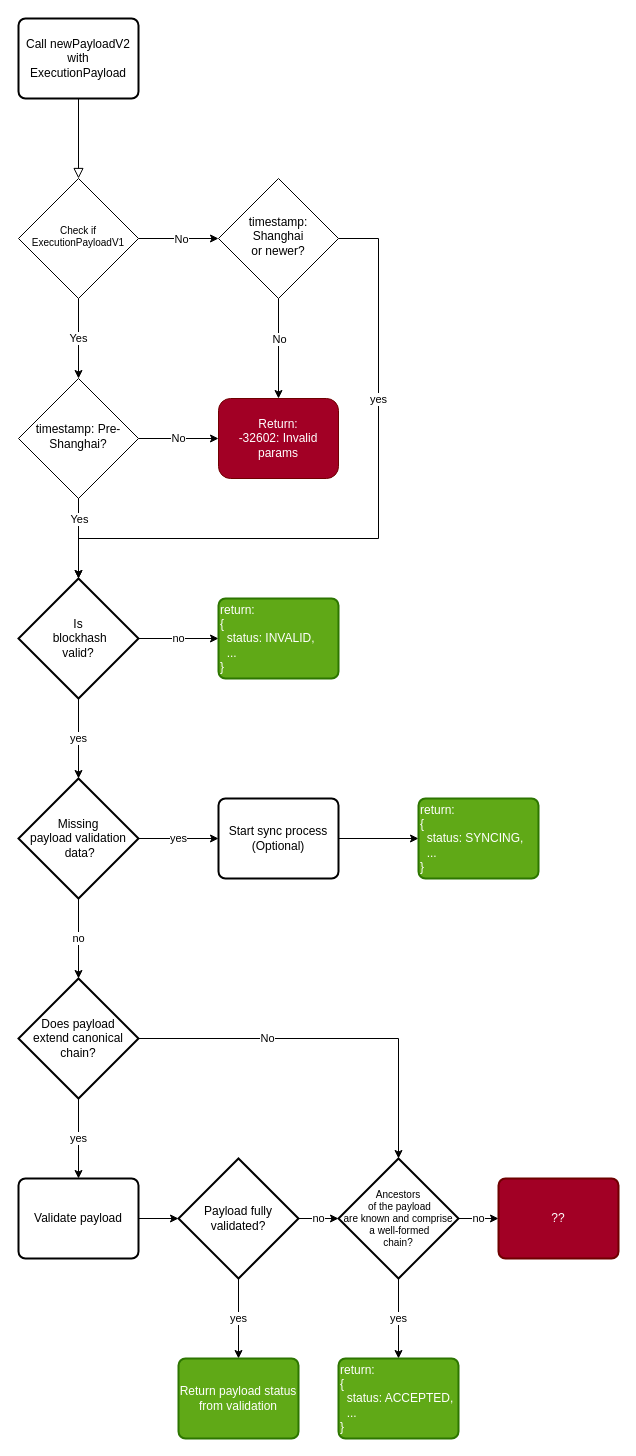
danielrachi1/diagrams keeps this draw.io diagram as backup/engine-api/newPayloadV2.drawio. Above is the earlier version. Source tidied: cells renumbered, new cells numbered last; positions are measured from the earlier drawing's top-left corner, leaving out a move shared by most shapes. Both pictures are drawn from the tidied source at 100%, with x=0, y=0 at pixel (18, 18).
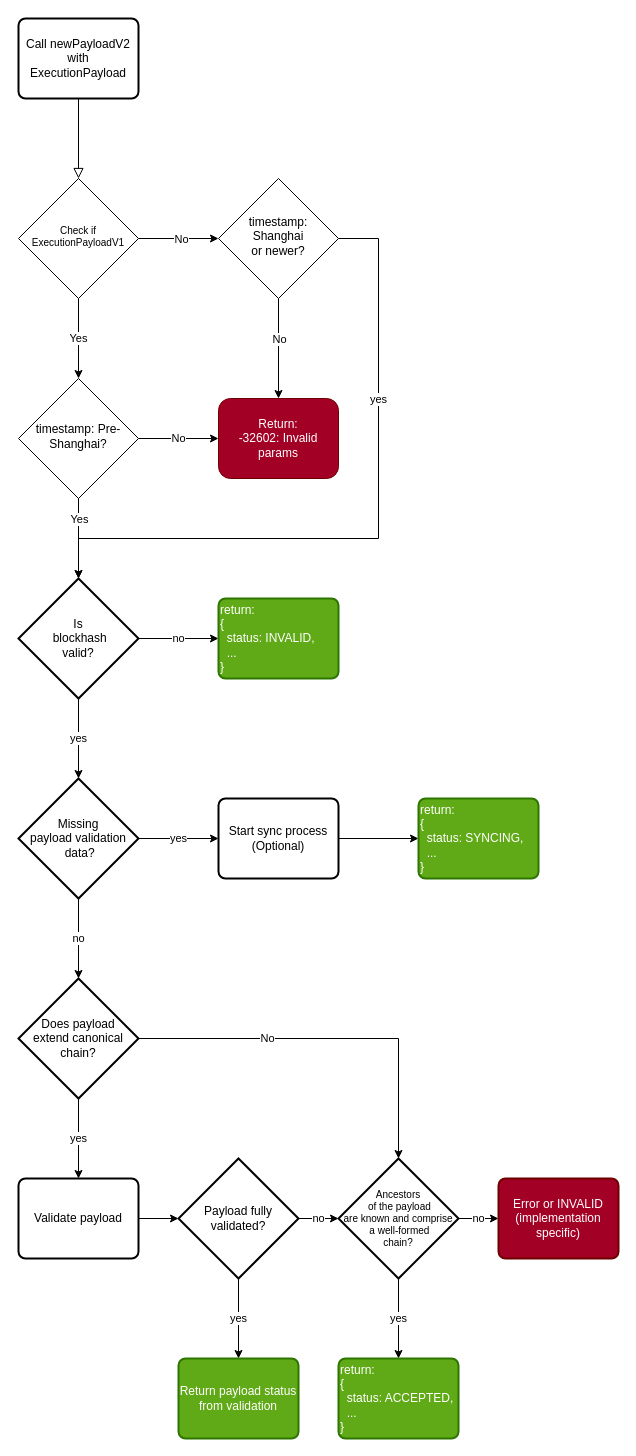
The same diagram, later.

Commit message:
Add last block based on Sproul suggestion

What changed in the source:
```diff
@@
-    <mxCell id="39" value="??" style="rounded=1;whiteSpace=wrap;html=1;absoluteArcSize=1;arcSize=14;strokeWidth=2;fillColor=#a20025;fontColor=#ffffff;strokeColor=#6F0000;" parent="1" vertex="1">
+    <mxCell id="39" value="Error or INVALID&lt;br&gt;(implementation specific)" style="rounded=1;whiteSpace=wrap;html=1;absoluteArcSize=1;arcSize=14;strokeWidth=2;fillColor=#a20025;fontColor=#ffffff;strokeColor=#6F0000;" parent="1" vertex="1">
       <mxGeometry x="480" y="1160" width="120" height="80" as="geometry" />
     </mxCell>
```
